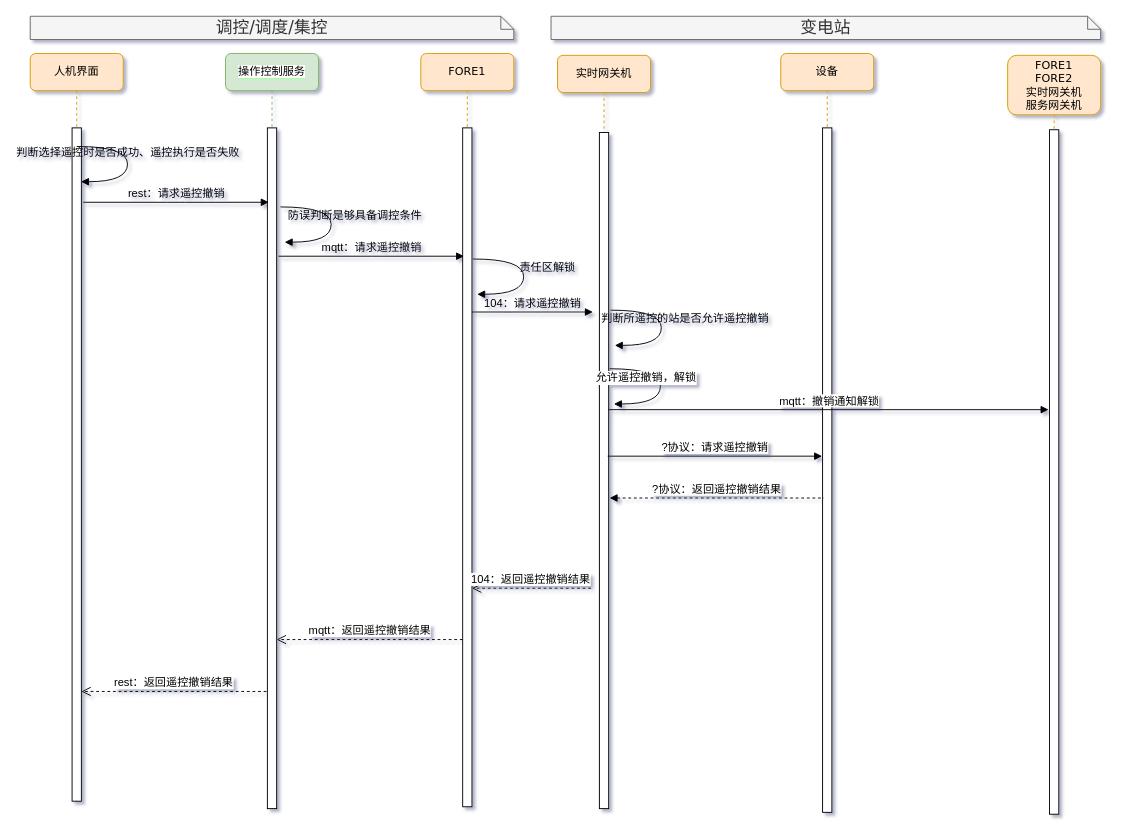
qwe995272801/taowenxiang keeps this draw.io diagram as page "集控站遥控撤销" (4 of 8) of 操作与控制.drawio. Above is the earlier version. Source tidied: cells renumbered, new cells numbered last; positions are measured from the earlier drawing's top-left corner, leaving out a move shared by most shapes. Both pictures are drawn from the tidied source at 93%, with x=0, y=0 at pixel (30, 16).
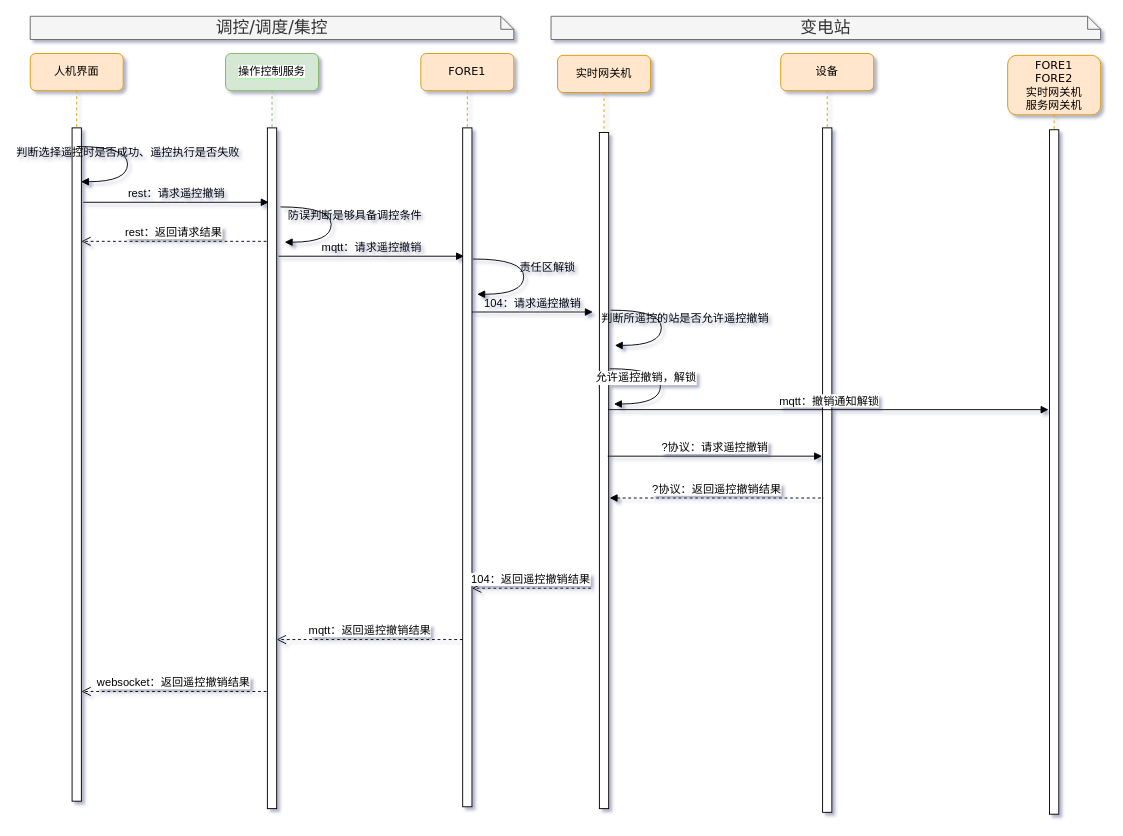
The same diagram, later.

Diff of the diagram source:
```diff
@@
-    <mxCell id="13" value="rest：返回遥控撤销结果" style="html=1;verticalAlign=bottom;endArrow=open;dashed=1;endSize=8;fontFamily=Helvetica;entryX=1.1;entryY=0.98;entryDx=0;entryDy=0;entryPerimeter=0;fontSize=12;" parent="1" edge="1">
+    <mxCell id="13" value="websocket：返回遥控撤销结果" style="html=1;verticalAlign=bottom;endArrow=open;dashed=1;endSize=8;fontFamily=Helvetica;entryX=1.1;entryY=0.98;entryDx=0;entryDy=0;entryPerimeter=0;fontSize=12;" parent="1" edge="1">
       <mxGeometry relative="1" as="geometry">
         <mxPoint x="254" y="726" as="sourcePoint" />
         <mxPoint x="55" y="726" as="targetPoint" />
       </mxGeometry>
     </mxCell>
@@
+    <mxCell id="31" value="rest：返回请求结果" style="html=1;verticalAlign=bottom;endArrow=open;dashed=1;endSize=8;fontFamily=Helvetica;entryX=1.1;entryY=0.98;entryDx=0;entryDy=0;entryPerimeter=0;fontSize=12;" parent="1" edge="1">
+      <mxGeometry relative="1" as="geometry">
+        <mxPoint x="254" y="242" as="sourcePoint" />
+        <mxPoint x="55" y="242" as="targetPoint" />
+      </mxGeometry>
+    </mxCell>
```
